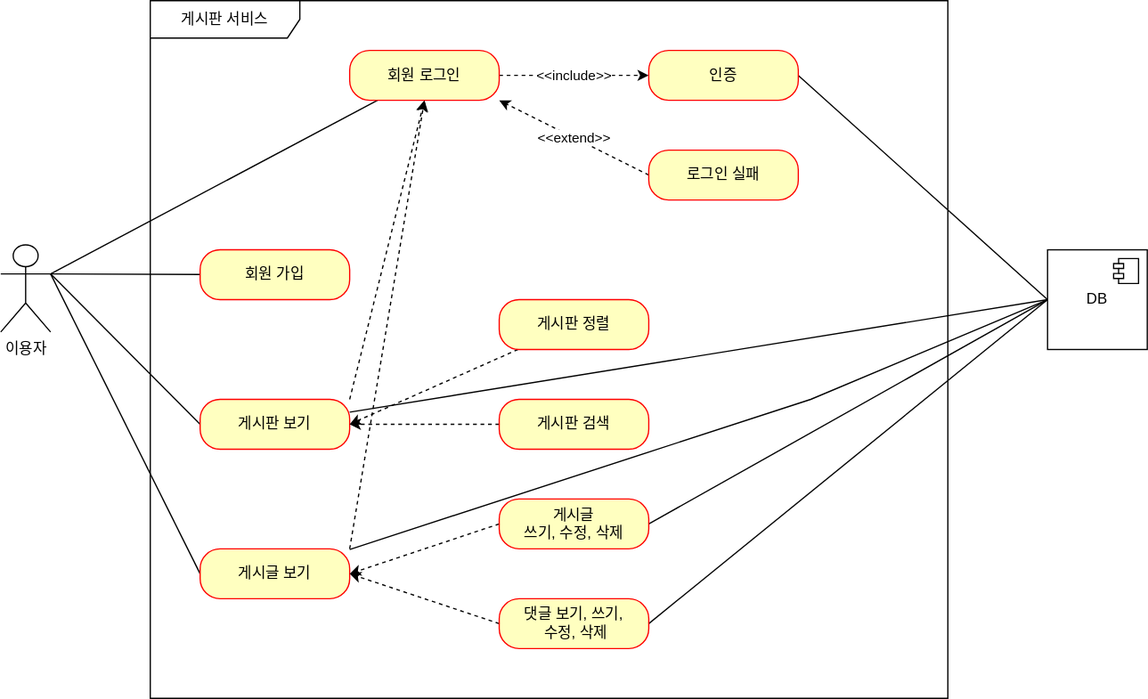
kiekk/fastcampus-10-projects-backend-web keeps this draw.io diagram as part2/document/use-case.svg. Above is the earlier version. Source tidied: cells renumbered, new cells last; positions are measured from the earlier drawing's top-left corner, leaving out a move shared by most shapes.
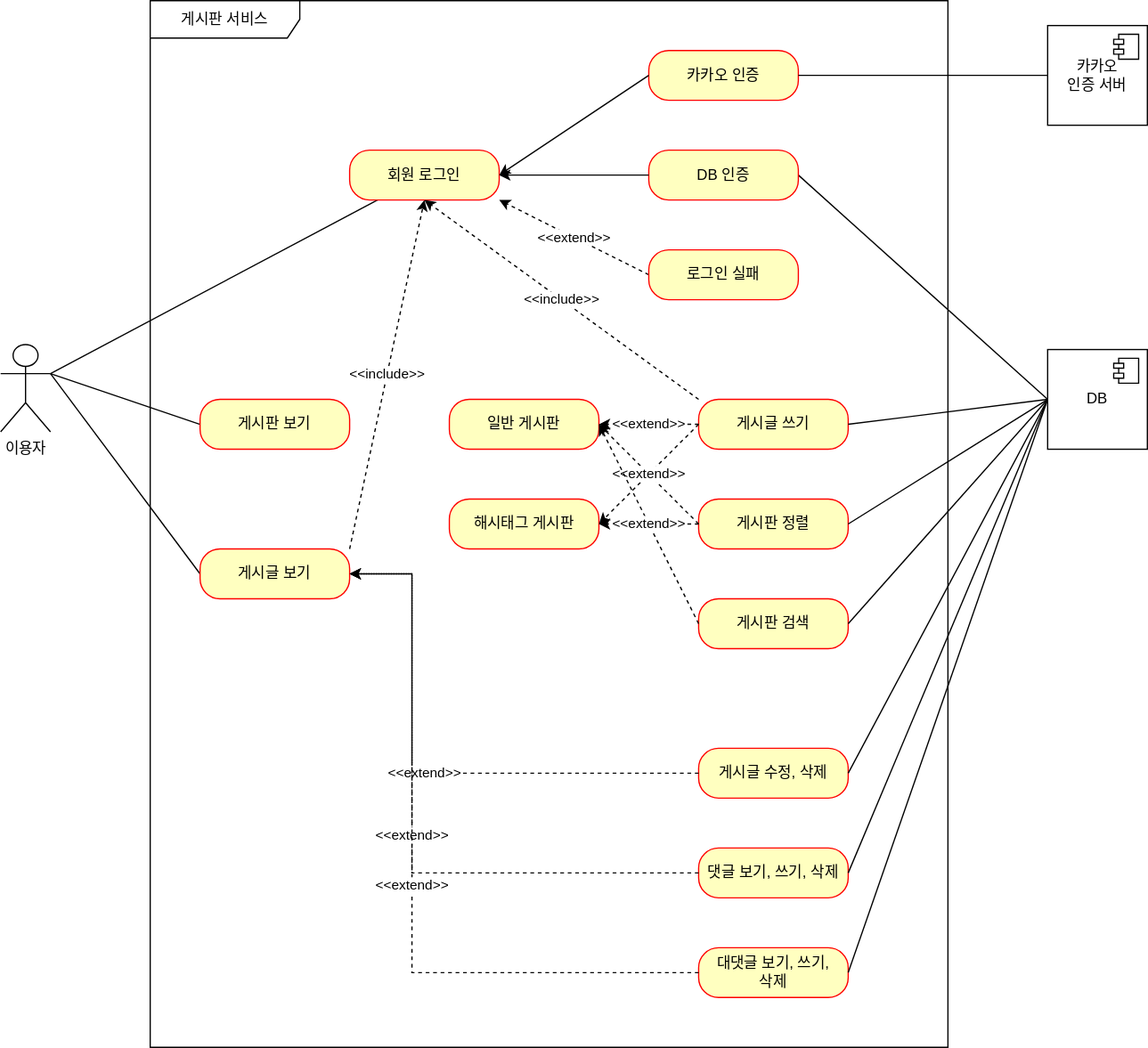
The same file after the commit.

Commit message:
#51 - use-case.svg 기존 서비스에 맞춰 유즈케이스 업데이트 & 카카오 인증 유즈 케이스 추가

What changed in the source:
```diff
@@ -6,55 +6,33 @@
       <mxGeometry y="196" width="40" height="70" as="geometry" />
     </mxCell>
     <mxCell id="3" value="게시판 서비스" style="shape=umlFrame;whiteSpace=wrap;html=1;width=120;height=30;" parent="1" vertex="1">
-      <mxGeometry x="120" width="640" height="560" as="geometry" />
+      <mxGeometry x="120" y="-80" width="640" height="840" as="geometry" />
     </mxCell>
-    <mxCell id="4" style="rounded=0;jettySize=auto;html=1;entryX=1;entryY=0.3333333333333333;entryDx=0;entryDy=0;entryPerimeter=0;endArrow=none;endFill=0;" parent="1" edge="1" source="5" target="2">
-      <mxGeometry relative="1" as="geometry" />
-    </mxCell>
-    <mxCell id="5" value="회원 가입" style="rounded=1;whiteSpace=wrap;html=1;arcSize=40;fontColor=#000000;fillColor=#ffffc0;strokeColor=#ff0000;" parent="1" vertex="1">
-      <mxGeometry x="160" y="200" width="120" height="40" as="geometry" />
-    </mxCell>
     <mxCell id="6" style="rounded=0;jettySize=auto;html=1;entryX=1;entryY=0.3333333333333333;entryDx=0;entryDy=0;entryPerimeter=0;endArrow=none;endFill=0;exitX=0;exitY=0.5;exitDx=0;exitDy=0;" parent="1" edge="1" source="9" target="2">
       <mxGeometry relative="1" as="geometry" />
     </mxCell>
-    <mxCell id="7" style="rounded=0;jettySize=auto;html=1;entryX=0.5;entryY=1;entryDx=0;entryDy=0;dashed=1;exitX=1;exitY=0;exitDx=0;exitDy=0;" parent="1" edge="1" source="9" target="16">
-      <mxGeometry relative="1" as="geometry" />
-    </mxCell>
-    <mxCell id="8" style="rounded=0;jettySize=auto;html=1;entryX=0;entryY=0.5;entryDx=0;entryDy=0;endArrow=none;endFill=0;" parent="1" edge="1" source="9" target="31">
-      <mxGeometry relative="1" as="geometry" />
-    </mxCell>
     <mxCell id="9" value="게시판 보기" style="rounded=1;whiteSpace=wrap;html=1;arcSize=40;fontColor=#000000;fillColor=#ffffc0;strokeColor=#ff0000;" parent="1" vertex="1">
-      <mxGeometry x="160" y="320" width="120" height="40" as="geometry" />
+      <mxGeometry x="160" y="240" width="120" height="40" as="geometry" />
     </mxCell>
     <mxCell id="10" style="rounded=0;jettySize=auto;html=1;entryX=1;entryY=0.3333333333333333;entryDx=0;entryDy=0;entryPerimeter=0;endArrow=none;endFill=0;exitX=0;exitY=0.5;exitDx=0;exitDy=0;" parent="1" edge="1" source="13" target="2">
       <mxGeometry relative="1" as="geometry" />
     </mxCell>
-    <mxCell id="11" style="rounded=0;jettySize=auto;html=1;entryX=0.5;entryY=1;entryDx=0;entryDy=0;dashed=1;exitX=1;exitY=0;exitDx=0;exitDy=0;" parent="1" edge="1" source="13" target="16">
+    <mxCell id="11" value="&amp;lt;&amp;lt;include&amp;gt;&amp;gt;" style="rounded=0;jettySize=auto;html=1;entryX=0.5;entryY=1;entryDx=0;entryDy=0;dashed=1;exitX=1;exitY=0;exitDx=0;exitDy=0;" parent="1" edge="1" source="13" target="16">
       <mxGeometry relative="1" as="geometry" />
     </mxCell>
-    <mxCell id="12" style="rounded=0;jettySize=auto;html=1;entryX=0;entryY=0.5;entryDx=0;entryDy=0;endArrow=none;endFill=0;" parent="1" edge="1" source="13" target="31">
-      <mxGeometry relative="1" as="geometry">
-        <Array as="points">
-          <mxPoint x="650" y="320" />
-        </Array>
-      </mxGeometry>
-    </mxCell>
     <mxCell id="13" value="게시글 보기" style="rounded=1;whiteSpace=wrap;html=1;arcSize=40;fontColor=#000000;fillColor=#ffffc0;strokeColor=#ff0000;" parent="1" vertex="1">
-      <mxGeometry x="160" y="440" width="120" height="40" as="geometry" />
+      <mxGeometry x="160" y="360" width="120" height="40" as="geometry" />
     </mxCell>
     <mxCell id="14" style="rounded=0;jettySize=auto;html=1;entryX=1;entryY=0.3333333333333333;entryDx=0;entryDy=0;entryPerimeter=0;endArrow=none;endFill=0;" parent="1" edge="1" source="16" target="2">
       <mxGeometry relative="1" as="geometry" />
     </mxCell>
-    <mxCell id="15" value="&amp;lt;&amp;lt;include&amp;gt;&amp;gt;" style="edgeStyle=orthogonalEdgeStyle;rounded=0;jettySize=auto;html=1;entryX=0;entryY=0.5;entryDx=0;entryDy=0;endArrow=classic;endFill=1;dashed=1;" parent="1" edge="1" source="16" target="18">
-      <mxGeometry relative="1" as="geometry" />
-    </mxCell>
     <mxCell id="16" value="회원 로그인" style="rounded=1;whiteSpace=wrap;html=1;arcSize=40;fontColor=#000000;fillColor=#ffffc0;strokeColor=#ff0000;" parent="1" vertex="1">
       <mxGeometry x="280" y="40" width="120" height="40" as="geometry" />
     </mxCell>
     <mxCell id="17" style="rounded=0;jettySize=auto;html=1;entryX=0;entryY=0.5;entryDx=0;entryDy=0;endArrow=none;endFill=0;exitX=1;exitY=0.5;exitDx=0;exitDy=0;" parent="1" edge="1" source="18" target="31">
       <mxGeometry relative="1" as="geometry" />
     </mxCell>
-    <mxCell id="18" value="인증" style="rounded=1;whiteSpace=wrap;html=1;arcSize=40;fontColor=#000000;fillColor=#ffffc0;strokeColor=#ff0000;" parent="1" vertex="1">
+    <mxCell id="18" value="DB 인증" style="rounded=1;whiteSpace=wrap;html=1;arcSize=40;fontColor=#000000;fillColor=#ffffc0;strokeColor=#ff0000;" parent="1" vertex="1">
       <mxGeometry x="520" y="40" width="120" height="40" as="geometry" />
     </mxCell>
     <mxCell id="19" value="&amp;lt;&amp;lt;extend&amp;gt;&amp;gt;" style="rounded=0;jettySize=auto;html=1;exitX=0;exitY=0.5;exitDx=0;exitDy=0;dashed=1;entryX=1;entryY=1;entryDx=0;entryDy=0;" parent="1" edge="1" source="20" target="16">
@@ -63,35 +41,14 @@
     <mxCell id="20" value="로그인 실패" style="rounded=1;whiteSpace=wrap;html=1;arcSize=40;fontColor=#000000;fillColor=#ffffc0;strokeColor=#ff0000;" parent="1" vertex="1">
       <mxGeometry x="520" y="120" width="120" height="40" as="geometry" />
     </mxCell>
-    <mxCell id="21" style="rounded=0;jettySize=auto;html=1;entryX=1;entryY=0.5;entryDx=0;entryDy=0;dashed=1;" parent="1" edge="1" source="22" target="9">
-      <mxGeometry relative="1" as="geometry" />
-    </mxCell>
-    <mxCell id="22" value="게시판 정렬" style="rounded=1;whiteSpace=wrap;html=1;arcSize=40;fontColor=#000000;fillColor=#ffffc0;strokeColor=#ff0000;" parent="1" vertex="1">
-      <mxGeometry x="400" y="240" width="120" height="40" as="geometry" />
+    <mxCell id="22" value="일반 게시판" style="rounded=1;whiteSpace=wrap;html=1;arcSize=40;fontColor=#000000;fillColor=#ffffc0;strokeColor=#ff0000;" parent="1" vertex="1">
+      <mxGeometry x="360" y="240" width="120" height="40" as="geometry" />
     </mxCell>
-    <mxCell id="23" style="edgeStyle=orthogonalEdgeStyle;rounded=0;jettySize=auto;html=1;entryX=1;entryY=0.5;entryDx=0;entryDy=0;dashed=1;" parent="1" edge="1" source="24" target="9">
-      <mxGeometry relative="1" as="geometry" />
-    </mxCell>
-    <mxCell id="24" value="게시판 검색" style="rounded=1;whiteSpace=wrap;html=1;arcSize=40;fontColor=#000000;fillColor=#ffffc0;strokeColor=#ff0000;" parent="1" vertex="1">
-      <mxGeometry x="400" y="320" width="120" height="40" as="geometry" />
+    <mxCell id="24" value="해시태그 게시판" style="rounded=1;whiteSpace=wrap;html=1;arcSize=40;fontColor=#000000;fillColor=#ffffc0;strokeColor=#ff0000;" parent="1" vertex="1">
+      <mxGeometry x="360" y="320" width="120" height="40" as="geometry" />
     </mxCell>
-    <mxCell id="25" style="rounded=0;jettySize=auto;html=1;entryX=1;entryY=0.5;entryDx=0;entryDy=0;dashed=1;exitX=0;exitY=0.5;exitDx=0;exitDy=0;" parent="1" edge="1" source="27" target="13">
-      <mxGeometry relative="1" as="geometry" />
-    </mxCell>
-    <mxCell id="26" style="rounded=0;jettySize=auto;html=1;entryX=0;entryY=0.5;entryDx=0;entryDy=0;endArrow=none;endFill=0;exitX=1;exitY=0.5;exitDx=0;exitDy=0;" parent="1" edge="1" source="27" target="31">
-      <mxGeometry relative="1" as="geometry" />
-    </mxCell>
-    <mxCell id="27" value="게시글 &lt;br&gt;쓰기, 수정, 삭제" style="rounded=1;whiteSpace=wrap;html=1;arcSize=40;fontColor=#000000;fillColor=#ffffc0;strokeColor=#ff0000;" parent="1" vertex="1">
-      <mxGeometry x="400" y="400" width="120" height="40" as="geometry" />
-    </mxCell>
-    <mxCell id="28" style="rounded=0;jettySize=auto;html=1;entryX=1;entryY=0.5;entryDx=0;entryDy=0;dashed=1;exitX=0;exitY=0.5;exitDx=0;exitDy=0;" parent="1" edge="1" source="30" target="13">
-      <mxGeometry relative="1" as="geometry" />
-    </mxCell>
-    <mxCell id="29" style="rounded=0;jettySize=auto;html=1;entryX=0;entryY=0.5;entryDx=0;entryDy=0;endArrow=none;endFill=0;exitX=1;exitY=0.5;exitDx=0;exitDy=0;" parent="1" edge="1" source="30" target="31">
-      <mxGeometry relative="1" as="geometry" />
-    </mxCell>
-    <mxCell id="30" value="댓글 보기, 쓰기,&lt;br&gt;&amp;nbsp;수정, 삭제" style="rounded=1;whiteSpace=wrap;html=1;arcSize=40;fontColor=#000000;fillColor=#ffffc0;strokeColor=#ff0000;" parent="1" vertex="1">
-      <mxGeometry x="400" y="480" width="120" height="40" as="geometry" />
+    <mxCell id="30" value="게시글 수정, 삭제" style="rounded=1;whiteSpace=wrap;html=1;arcSize=40;fontColor=#000000;fillColor=#ffffc0;strokeColor=#ff0000;" parent="1" vertex="1">
+      <mxGeometry x="560" y="520" width="120" height="40" as="geometry" />
     </mxCell>
     <mxCell id="31" value="DB" style="html=1;whiteSpace=wrap;" parent="1" vertex="1">
       <mxGeometry x="840" y="200" width="80" height="80" as="geometry" />
@@ -101,5 +58,104 @@
         <mxPoint x="-27" y="7" as="offset" />
       </mxGeometry>
     </mxCell>
+    <mxCell id="33" value="게시글 쓰기" style="rounded=1;whiteSpace=wrap;html=1;arcSize=40;fontColor=#000000;fillColor=#ffffc0;strokeColor=#ff0000;" parent="1" vertex="1">
+      <mxGeometry x="560" y="240" width="120" height="40" as="geometry" />
+    </mxCell>
+    <mxCell id="34" value="게시판 정렬" style="rounded=1;whiteSpace=wrap;html=1;arcSize=40;fontColor=#000000;fillColor=#ffffc0;strokeColor=#ff0000;" parent="1" vertex="1">
+      <mxGeometry x="560" y="320" width="120" height="40" as="geometry" />
+    </mxCell>
+    <mxCell id="35" value="게시판 검색" style="rounded=1;whiteSpace=wrap;html=1;arcSize=40;fontColor=#000000;fillColor=#ffffc0;strokeColor=#ff0000;" parent="1" vertex="1">
+      <mxGeometry x="560" y="400" width="120" height="40" as="geometry" />
+    </mxCell>
+    <mxCell id="36" value="댓글 보기, 쓰기, 삭제" style="rounded=1;whiteSpace=wrap;html=1;arcSize=40;fontColor=#000000;fillColor=#ffffc0;strokeColor=#ff0000;" parent="1" vertex="1">
+      <mxGeometry x="560" y="600" width="120" height="40" as="geometry" />
+    </mxCell>
+    <mxCell id="37" value="대댓글 보기, 쓰기, &lt;br&gt;삭제" style="rounded=1;whiteSpace=wrap;html=1;arcSize=40;fontColor=#000000;fillColor=#ffffc0;strokeColor=#ff0000;" parent="1" vertex="1">
+      <mxGeometry x="560" y="680" width="120" height="40" as="geometry" />
+    </mxCell>
+    <mxCell id="28" value="&amp;lt;&amp;lt;extend&amp;gt;&amp;gt;" style="rounded=0;jettySize=auto;html=1;entryX=1;entryY=0.5;entryDx=0;entryDy=0;dashed=1;exitX=0;exitY=0.5;exitDx=0;exitDy=0;edgeStyle=orthogonalEdgeStyle;" parent="1" edge="1" source="30" target="13">
+      <mxGeometry relative="1" as="geometry">
+        <Array as="points">
+          <mxPoint x="330" y="540" />
+          <mxPoint x="330" y="380" />
+        </Array>
+      </mxGeometry>
+    </mxCell>
+    <mxCell id="38" value="&amp;lt;&amp;lt;extend&amp;gt;&amp;gt;" style="rounded=0;jettySize=auto;html=1;dashed=1;exitX=0;exitY=0.5;exitDx=0;exitDy=0;edgeStyle=orthogonalEdgeStyle;entryX=1;entryY=0.5;entryDx=0;entryDy=0;" parent="1" edge="1" source="36" target="13">
+      <mxGeometry relative="1" as="geometry">
+        <Array as="points">
+          <mxPoint x="330" y="620" />
+          <mxPoint x="330" y="380" />
+        </Array>
+      </mxGeometry>
+    </mxCell>
+    <mxCell id="39" value="&amp;lt;&amp;lt;extend&amp;gt;&amp;gt;" style="rounded=0;jettySize=auto;html=1;dashed=1;exitX=0;exitY=0.5;exitDx=0;exitDy=0;edgeStyle=orthogonalEdgeStyle;entryX=1;entryY=0.5;entryDx=0;entryDy=0;" parent="1" edge="1" source="37" target="13">
+      <mxGeometry relative="1" as="geometry">
+        <Array as="points">
+          <mxPoint x="330" y="700" />
+          <mxPoint x="330" y="380" />
+        </Array>
+      </mxGeometry>
+    </mxCell>
+    <mxCell id="40" value="&amp;lt;&amp;lt;extend&amp;gt;&amp;gt;" style="rounded=0;jettySize=auto;html=1;entryX=1;entryY=0.5;entryDx=0;entryDy=0;dashed=1;exitX=0;exitY=0.5;exitDx=0;exitDy=0;" parent="1" edge="1" source="33" target="22">
+      <mxGeometry relative="1" as="geometry" />
+    </mxCell>
+    <mxCell id="41" value="&amp;lt;&amp;lt;extend&amp;gt;&amp;gt;" style="rounded=0;jettySize=auto;html=1;entryX=1;entryY=0.5;entryDx=0;entryDy=0;dashed=1;exitX=0;exitY=0.5;exitDx=0;exitDy=0;" parent="1" edge="1" source="34" target="22">
+      <mxGeometry relative="1" as="geometry" />
+    </mxCell>
+    <mxCell id="42" value="&amp;lt;&amp;lt;extend&amp;gt;&amp;gt;" style="rounded=0;jettySize=auto;html=1;entryX=1;entryY=0.5;entryDx=0;entryDy=0;dashed=1;" parent="1" edge="1" target="24">
+      <mxGeometry relative="1" as="geometry">
+        <mxPoint x="560" y="340" as="sourcePoint" />
+      </mxGeometry>
+    </mxCell>
+    <mxCell id="43" value="&amp;lt;&amp;lt;extend&amp;gt;&amp;gt;" style="rounded=0;jettySize=auto;html=1;entryX=1;entryY=0.5;entryDx=0;entryDy=0;dashed=1;exitX=0;exitY=0.5;exitDx=0;exitDy=0;" parent="1" edge="1" source="33" target="24">
+      <mxGeometry relative="1" as="geometry" />
+    </mxCell>
+    <mxCell id="15" value="&amp;lt;&amp;lt;include&amp;gt;&amp;gt;" style="rounded=0;jettySize=auto;html=1;entryX=0.5;entryY=1;entryDx=0;entryDy=0;dashed=1;exitX=0;exitY=0;exitDx=0;exitDy=0;" parent="1" edge="1" source="33" target="16">
+      <mxGeometry relative="1" as="geometry" />
+    </mxCell>
+    <mxCell id="44" value="&amp;lt;&amp;lt;extend&amp;gt;&amp;gt;" style="rounded=0;jettySize=auto;html=1;dashed=1;exitX=0;exitY=0.5;exitDx=0;exitDy=0;" parent="1" edge="1" source="35">
+      <mxGeometry relative="1" as="geometry">
+        <mxPoint x="480" y="260" as="targetPoint" />
+      </mxGeometry>
+    </mxCell>
+    <mxCell id="45" style="rounded=0;jettySize=auto;html=1;entryX=0;entryY=0.5;entryDx=0;entryDy=0;endArrow=none;endFill=0;exitX=1;exitY=0.5;exitDx=0;exitDy=0;" parent="1" edge="1" source="33" target="31">
+      <mxGeometry relative="1" as="geometry" />
+    </mxCell>
+    <mxCell id="46" style="rounded=0;jettySize=auto;html=1;entryX=0;entryY=0.5;entryDx=0;entryDy=0;endArrow=none;endFill=0;exitX=1;exitY=0.5;exitDx=0;exitDy=0;" parent="1" edge="1" source="34" target="31">
+      <mxGeometry relative="1" as="geometry" />
+    </mxCell>
+    <mxCell id="47" style="rounded=0;jettySize=auto;html=1;entryX=0;entryY=0.5;entryDx=0;entryDy=0;endArrow=none;endFill=0;exitX=1;exitY=0.5;exitDx=0;exitDy=0;" parent="1" edge="1" source="35" target="31">
+      <mxGeometry relative="1" as="geometry" />
+    </mxCell>
+    <mxCell id="29" style="rounded=0;jettySize=auto;html=1;entryX=0;entryY=0.5;entryDx=0;entryDy=0;endArrow=none;endFill=0;exitX=1;exitY=0.5;exitDx=0;exitDy=0;" parent="1" edge="1" source="30" target="31">
+      <mxGeometry relative="1" as="geometry" />
+    </mxCell>
+    <mxCell id="48" style="rounded=0;jettySize=auto;html=1;entryX=0;entryY=0.5;entryDx=0;entryDy=0;endArrow=none;endFill=0;exitX=1;exitY=0.5;exitDx=0;exitDy=0;" parent="1" edge="1" source="36" target="31">
+      <mxGeometry relative="1" as="geometry" />
+    </mxCell>
+    <mxCell id="49" style="rounded=0;jettySize=auto;html=1;endArrow=none;endFill=0;exitX=1;exitY=0.5;exitDx=0;exitDy=0;entryX=0;entryY=0.5;entryDx=0;entryDy=0;" parent="1" edge="1" source="37" target="31">
+      <mxGeometry relative="1" as="geometry" />
+    </mxCell>
+    <mxCell id="50" value="카카오 인증" style="rounded=1;whiteSpace=wrap;html=1;arcSize=40;fontColor=#000000;fillColor=#ffffc0;strokeColor=#ff0000;" parent="1" vertex="1">
+      <mxGeometry x="520" y="-40" width="120" height="40" as="geometry" />
+    </mxCell>
+    <mxCell id="51" value="카카오&lt;br&gt;인증 서버" style="html=1;whiteSpace=wrap;" parent="1" vertex="1">
+      <mxGeometry x="840" y="-60" width="80" height="80" as="geometry" />
+    </mxCell>
+    <mxCell id="52" style="shape=module;jettyWidth=8;jettyHeight=4;" parent="51" vertex="1">
+      <mxGeometry x="1" width="20" height="20" relative="1" as="geometry">
+        <mxPoint x="-27" y="7" as="offset" />
+      </mxGeometry>
+    </mxCell>
+    <mxCell id="53" style="rounded=0;jettySize=auto;html=1;entryX=0;entryY=0.5;entryDx=0;entryDy=0;endArrow=none;endFill=0;exitX=1;exitY=0.5;exitDx=0;exitDy=0;" parent="1" edge="1" source="50" target="51">
+      <mxGeometry relative="1" as="geometry" />
+    </mxCell>
+    <mxCell id="54" style="endArrow=classic;html=1;rounded=0;entryX=1;entryY=0.5;entryDx=0;entryDy=0;exitX=0;exitY=0.5;exitDx=0;exitDy=0;" parent="1" edge="1" source="50" target="16">
+      <mxGeometry relative="1" as="geometry" />
+    </mxCell>
+    <mxCell id="55" style="endArrow=classic;html=1;rounded=0;entryX=1;entryY=0.5;entryDx=0;entryDy=0;exitX=0;exitY=0.5;exitDx=0;exitDy=0;" parent="1" edge="1" source="18" target="16">
+      <mxGeometry relative="1" as="geometry" />
+    </mxCell>
   </root>
 </mxGraphModel>
```
